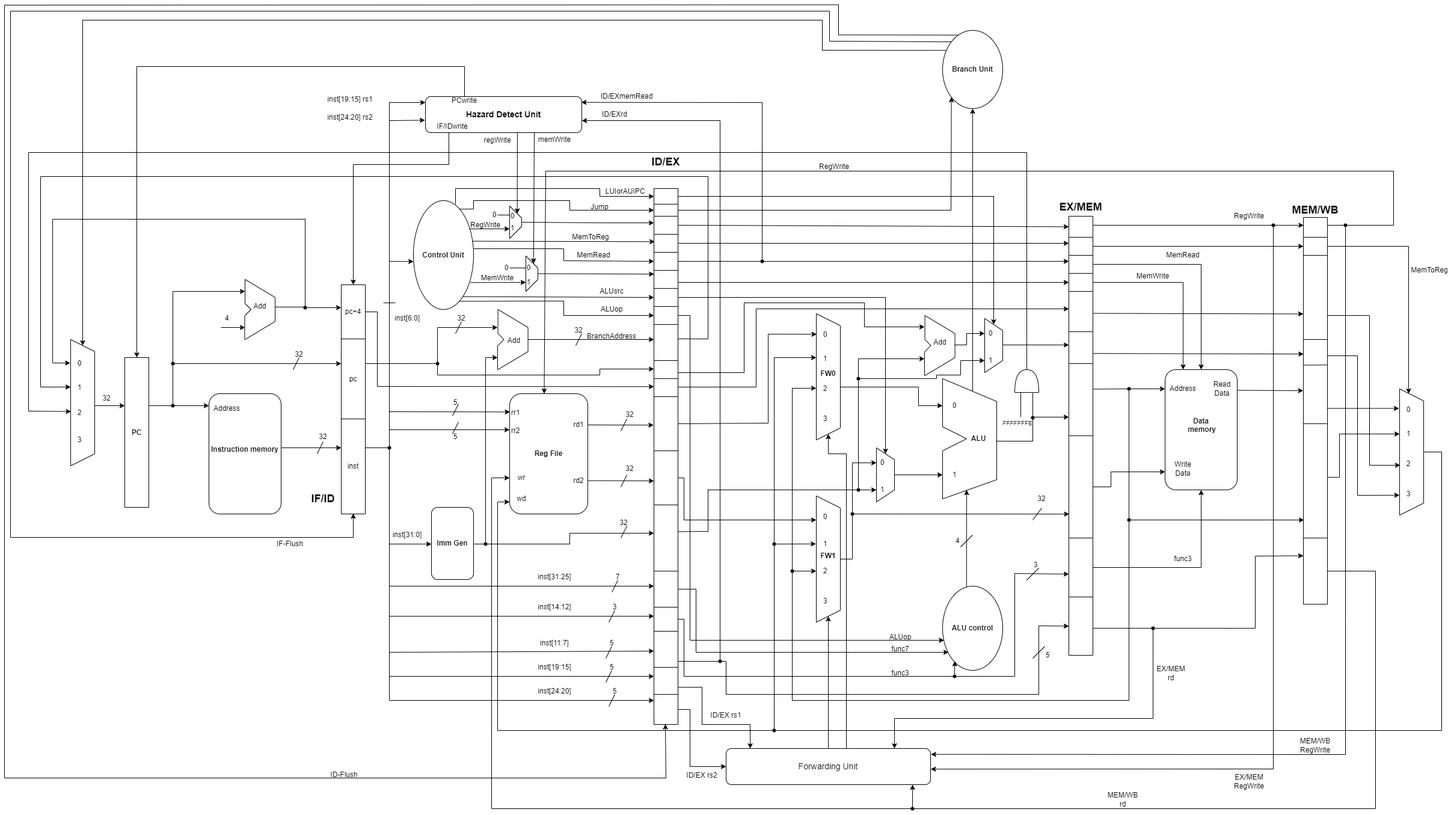
Earlier version of the draw.io export images/pipeline_datapath (1) (1) (1) (1).png (manolisgiannakis/RISC5_CPU). Source tidied: cells renumbered, new cells last; positions are measured from the earlier drawing's top-left corner, leaving out a move shared by most shapes.
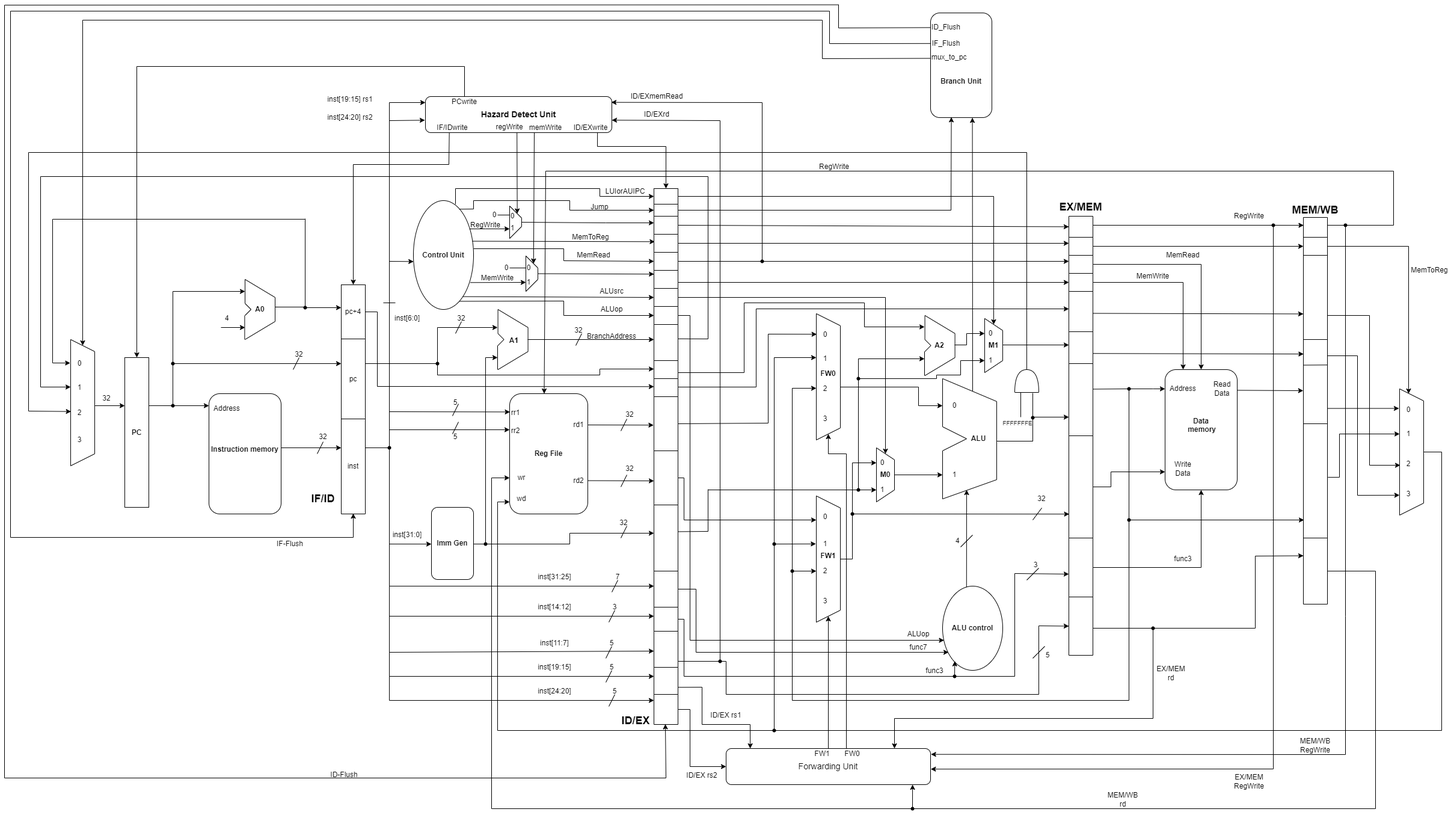
Later version of the same file.

Diff of the diagram source:
```diff
@@ -119,8 +119,8 @@
         <mxPoint x="450" y="487" as="targetPoint" />
       </mxGeometry>
     </mxCell>
-    <mxCell id="24" value="Add" style="text;html=1;strokeColor=none;fillColor=none;align=center;verticalAlign=middle;whiteSpace=wrap;rounded=0;" parent="1" vertex="1">
-      <mxGeometry x="410" y="487" width="30" height="30" as="geometry" />
+    <mxCell id="24" value="&lt;b&gt;A0&lt;/b&gt;" style="text;html=1;strokeColor=none;fillColor=none;align=center;verticalAlign=middle;whiteSpace=wrap;rounded=0;" parent="1" vertex="1">
+      <mxGeometry x="410" y="492" width="30" height="30" as="geometry" />
     </mxCell>
     <mxCell id="25" style="endArrow=classic;html=1;rounded=0;" parent="1" edge="1">
       <mxGeometry relative="1" as="geometry">
@@ -310,7 +310,7 @@
         <mxPoint x="870.6" y="537" as="targetPoint" />
       </mxGeometry>
     </mxCell>
-    <mxCell id="66" value="Add" style="text;html=1;strokeColor=none;fillColor=none;align=center;verticalAlign=middle;whiteSpace=wrap;rounded=0;" parent="1" vertex="1">
+    <mxCell id="66" value="&lt;b&gt;A1&lt;/b&gt;" style="text;html=1;strokeColor=none;fillColor=none;align=center;verticalAlign=middle;whiteSpace=wrap;rounded=0;" parent="1" vertex="1">
       <mxGeometry x="827.6" y="544" width="39.4" height="30" as="geometry" />
     </mxCell>
     <mxCell id="67" style="endArrow=classic;html=1;rounded=0;entryX=0;entryY=0.455;entryDx=0;entryDy=0;entryPerimeter=0;" parent="1" edge="1">
@@ -656,7 +656,7 @@
       <mxGeometry relative="1" as="geometry" />
     </mxCell>
     <mxCell id="148" value="&lt;b&gt;&lt;font style=&quot;font-size: 18px;&quot;&gt;ID/EX&lt;/font&gt;&lt;/b&gt;" style="text;html=1;strokeColor=none;fillColor=none;align=center;verticalAlign=middle;whiteSpace=wrap;rounded=0;" parent="1" vertex="1">
-      <mxGeometry x="1070" y="247" width="60" height="30" as="geometry" />
+      <mxGeometry x="1020" y="1176" width="60" height="30" as="geometry" />
     </mxCell>
     <mxCell id="149" style="shape=trapezoid;perimeter=trapezoidPerimeter;whiteSpace=wrap;html=1;fixedSize=1;direction=south;" parent="1" vertex="1">
       <mxGeometry x="1350" y="514" width="40" height="210" as="geometry" />
@@ -823,7 +823,7 @@
       </mxGeometry>
     </mxCell>
     <mxCell id="191" value="func7" style="text;html=1;strokeColor=none;fillColor=none;align=center;verticalAlign=middle;whiteSpace=wrap;rounded=0;" parent="1" vertex="1">
-      <mxGeometry x="1460" y="1057" width="60" height="30" as="geometry" />
+      <mxGeometry x="1490" y="1054" width="60" height="30" as="geometry" />
     </mxCell>
     <mxCell id="192" style="endArrow=classic;html=1;rounded=0;exitX=1;exitY=0.5;exitDx=0;exitDy=0;entryX=0.203;entryY=0.891;entryDx=0;entryDy=0;entryPerimeter=0;" parent="1" edge="1" source="139" target="188">
       <mxGeometry relative="1" as="geometry">
@@ -835,10 +835,10 @@
       </mxGeometry>
     </mxCell>
     <mxCell id="193" value="func3" style="text;html=1;strokeColor=none;fillColor=none;align=center;verticalAlign=middle;whiteSpace=wrap;rounded=0;" parent="1" vertex="1">
-      <mxGeometry x="1460" y="1097" width="60" height="30" as="geometry" />
+      <mxGeometry x="1517" y="1093" width="60" height="30" as="geometry" />
     </mxCell>
     <mxCell id="194" value="ALUop" style="text;html=1;strokeColor=none;fillColor=none;align=center;verticalAlign=middle;whiteSpace=wrap;rounded=0;" parent="1" vertex="1">
-      <mxGeometry x="1460" y="1037" width="60" height="30" as="geometry" />
+      <mxGeometry x="1490" y="1032" width="60" height="30" as="geometry" />
     </mxCell>
     <mxCell id="195" style="endArrow=classic;html=1;rounded=0;exitX=0.398;exitY=0.012;exitDx=0;exitDy=0;exitPerimeter=0;" parent="1" edge="1" source="188">
       <mxGeometry relative="1" as="geometry">
@@ -1356,7 +1356,7 @@
       </mxGeometry>
     </mxCell>
     <mxCell id="299" value="&lt;font style=&quot;font-size: 14px;&quot;&gt;&lt;b&gt;Hazard Detect Unit&lt;/b&gt;&lt;/font&gt;" style="rounded=1;whiteSpace=wrap;html=1;" parent="1" vertex="1">
-      <mxGeometry x="700" y="153" width="260" height="60" as="geometry" />
+      <mxGeometry x="700" y="153" width="310" height="60" as="geometry" />
     </mxCell>
     <mxCell id="300" style="shape=waypoint;sketch=0;size=6;points=[];fillColor=none;perimeter=centerPerimeter;snapToPoint=1;" parent="1" vertex="1">
       <mxGeometry x="1250" y="417" width="20" height="20" as="geometry" />
@@ -1402,21 +1402,20 @@
         <mxPoint x="1120" y="1092" as="sourcePoint" />
       </mxGeometry>
     </mxCell>
-    <mxCell id="310" style="endArrow=classic;html=1;rounded=0;exitX=0.955;exitY=0.88;exitDx=0;exitDy=0;exitPerimeter=0;" parent="1" edge="1" source="308">
+    <mxCell id="310" style="endArrow=classic;html=1;rounded=0;exitX=0.955;exitY=0.88;exitDx=0;exitDy=0;exitPerimeter=0;entryX=1;entryY=0.655;entryDx=0;entryDy=0;entryPerimeter=0;" parent="1" edge="1" source="308" target="299">
       <mxGeometry relative="1" as="geometry">
-        <mxPoint x="960" y="193" as="targetPoint" />
         <Array as="points">
           <mxPoint x="1190" y="193" />
         </Array>
       </mxGeometry>
     </mxCell>
     <mxCell id="311" value="ID/EXrd" style="text;html=1;strokeColor=none;fillColor=none;align=center;verticalAlign=middle;whiteSpace=wrap;rounded=0;" parent="1" vertex="1">
-      <mxGeometry x="985" y="163" width="60" height="40" as="geometry" />
+      <mxGeometry x="1055" y="163" width="60" height="40" as="geometry" />
     </mxCell>
     <mxCell id="312" value="ID/EXmemRead" style="text;html=1;strokeColor=none;fillColor=none;align=center;verticalAlign=middle;whiteSpace=wrap;rounded=0;" parent="1" vertex="1">
-      <mxGeometry x="980" y="143" width="110" height="20" as="geometry" />
+      <mxGeometry x="1030" y="143" width="110" height="20" as="geometry" />
     </mxCell>
-    <mxCell id="313" style="endArrow=classic;html=1;rounded=0;exitX=0.25;exitY=0;exitDx=0;exitDy=0;entryX=0.5;entryY=0;entryDx=0;entryDy=0;" parent="1" edge="1" source="299" target="4">
+    <mxCell id="313" style="endArrow=classic;html=1;rounded=0;entryX=0.5;entryY=0;entryDx=0;entryDy=0;exitX=0.5;exitY=0;exitDx=0;exitDy=0;" parent="1" edge="1" source="314" target="4">
       <mxGeometry relative="1" as="geometry">
         <Array as="points">
           <mxPoint x="765" y="103" />
@@ -1425,9 +1424,9 @@
       </mxGeometry>
     </mxCell>
     <mxCell id="314" value="PCwrite" style="text;html=1;strokeColor=none;fillColor=none;align=center;verticalAlign=middle;whiteSpace=wrap;rounded=0;" parent="1" vertex="1">
-      <mxGeometry x="710" y="146" width="110" height="27" as="geometry" />
+      <mxGeometry x="710" y="153" width="110" height="17" as="geometry" />
     </mxCell>
-    <mxCell id="315" style="endArrow=classic;html=1;rounded=0;exitX=0.15;exitY=0.994;exitDx=0;exitDy=0;exitPerimeter=0;" parent="1" edge="1" source="299">
+    <mxCell id="315" style="endArrow=classic;html=1;rounded=0;exitX=0.128;exitY=0.998;exitDx=0;exitDy=0;exitPerimeter=0;" parent="1" edge="1" source="299">
       <mxGeometry relative="1" as="geometry">
         <mxPoint x="580" y="466" as="targetPoint" />
         <Array as="points">
@@ -1437,7 +1436,7 @@
       </mxGeometry>
     </mxCell>
     <mxCell id="316" value="IF/IDwrite" style="text;html=1;strokeColor=none;fillColor=none;align=center;verticalAlign=middle;whiteSpace=wrap;rounded=0;rotation=0;direction=east;" parent="1" vertex="1">
-      <mxGeometry x="690" y="186" width="110" height="34" as="geometry" />
+      <mxGeometry x="690" y="196.2" width="110" height="16.5" as="geometry" />
     </mxCell>
     <mxCell id="317" style="shape=trapezoid;perimeter=trapezoidPerimeter;whiteSpace=wrap;html=1;fixedSize=1;direction=south;" parent="1" vertex="1">
       <mxGeometry x="840" y="335" width="20" height="54" as="geometry" />
@@ -1501,30 +1500,27 @@
         <mxPoint x="881" y="213" as="sourcePoint" />
       </mxGeometry>
     </mxCell>
-    <mxCell id="332" style="endArrow=classic;html=1;rounded=0;entryX=0;entryY=0.25;entryDx=0;entryDy=0;exitX=0.588;exitY=0.992;exitDx=0;exitDy=0;exitPerimeter=0;" parent="1" edge="1" source="299" target="317">
+    <mxCell id="332" style="endArrow=classic;html=1;rounded=0;entryX=0;entryY=0.25;entryDx=0;entryDy=0;exitX=0.491;exitY=0.997;exitDx=0;exitDy=0;exitPerimeter=0;" parent="1" edge="1" source="299" target="317">
       <mxGeometry relative="1" as="geometry" />
     </mxCell>
-    <mxCell id="333" value="&lt;b&gt;Branch Unit&lt;/b&gt;" style="ellipse;whiteSpace=wrap;html=1;" parent="1" vertex="1">
-      <mxGeometry x="1560" y="43" width="100" height="130" as="geometry" />
-    </mxCell>
-    <mxCell id="334" style="endArrow=classic;html=1;rounded=0;entryX=0.5;entryY=1;entryDx=0;entryDy=0;" parent="1" edge="1" target="333">
+    <mxCell id="334" style="endArrow=classic;html=1;rounded=0;entryX=1.001;entryY=0.318;entryDx=0;entryDy=0;entryPerimeter=0;" parent="1" edge="1" target="411">
       <mxGeometry relative="1" as="geometry">
         <mxPoint x="1610" y="643" as="sourcePoint" />
       </mxGeometry>
     </mxCell>
-    <mxCell id="335" style="endArrow=classic;html=1;rounded=0;exitX=0.055;exitY=0.256;exitDx=0;exitDy=0;exitPerimeter=0;entryX=0;entryY=0.5;entryDx=0;entryDy=0;" parent="1" edge="1" source="333" target="365">
+    <mxCell id="335" style="endArrow=classic;html=1;rounded=0;entryX=0;entryY=0.5;entryDx=0;entryDy=0;exitX=0.434;exitY=1.002;exitDx=0;exitDy=0;exitPerimeter=0;" parent="1" edge="1" source="411" target="365">
       <mxGeometry relative="1" as="geometry">
         <Array as="points">
-          <mxPoint x="1360" y="76" />
+          <mxPoint x="1360" y="90" />
           <mxPoint x="1360" y="26" />
           <mxPoint x="130" y="26" />
         </Array>
       </mxGeometry>
     </mxCell>
-    <mxCell id="336" style="endArrow=classic;html=1;rounded=0;exitX=0;exitY=0;exitDx=0;exitDy=0;entryX=0.5;entryY=0.995;entryDx=0;entryDy=0;entryPerimeter=0;" parent="1" edge="1" source="333" target="30">
+    <mxCell id="336" style="endArrow=classic;html=1;rounded=0;entryX=0.5;entryY=0.995;entryDx=0;entryDy=0;entryPerimeter=0;exitX=0.292;exitY=0.99;exitDx=0;exitDy=0;exitPerimeter=0;" parent="1" edge="1" source="411" target="30">
       <mxGeometry relative="1" as="geometry">
         <Array as="points">
-          <mxPoint x="1372" y="61" />
+          <mxPoint x="1372" y="65" />
           <mxPoint x="1372" y="11" />
           <mxPoint x="10" y="11" />
           <mxPoint x="10" y="886" />
@@ -1535,10 +1531,10 @@
     <mxCell id="337" value="IF-Flush" style="text;html=1;strokeColor=none;fillColor=none;align=center;verticalAlign=middle;whiteSpace=wrap;rounded=0;" parent="1" vertex="1">
       <mxGeometry x="410" y="882" width="130" height="30" as="geometry" />
     </mxCell>
-    <mxCell id="338" style="endArrow=classic;html=1;rounded=0;exitX=0.26;exitY=0.06;exitDx=0;exitDy=0;exitPerimeter=0;entryX=0.475;entryY=0.99;entryDx=0;entryDy=0;entryPerimeter=0;" parent="1" edge="1" source="333" target="145">
+    <mxCell id="338" style="endArrow=classic;html=1;rounded=0;entryX=0.475;entryY=0.99;entryDx=0;entryDy=0;entryPerimeter=0;exitX=0.14;exitY=0.996;exitDx=0;exitDy=0;exitPerimeter=0;" parent="1" edge="1" source="411" target="145">
       <mxGeometry relative="1" as="geometry">
         <Array as="points">
-          <mxPoint x="1387" y="50.5" />
+          <mxPoint x="1387" y="39" />
           <mxPoint x="1387" y="0.5" />
           <mxPoint y="1" />
           <mxPoint y="1286" />
@@ -1597,7 +1593,7 @@
     <mxCell id="350" value="Jump" style="text;html=1;strokeColor=none;fillColor=none;align=center;verticalAlign=middle;whiteSpace=wrap;rounded=0;" parent="1" vertex="1">
       <mxGeometry x="960" y="322" width="60" height="30" as="geometry" />
     </mxCell>
-    <mxCell id="351" style="endArrow=classic;html=1;rounded=0;exitX=1;exitY=0.5;exitDx=0;exitDy=0;entryX=0;entryY=1;entryDx=0;entryDy=0;exitPerimeter=0;" parent="1" edge="1" source="348" target="333">
+    <mxCell id="351" style="endArrow=classic;html=1;rounded=0;exitX=1;exitY=0.5;exitDx=0;exitDy=0;exitPerimeter=0;entryX=0.996;entryY=0.661;entryDx=0;entryDy=0;entryPerimeter=0;" parent="1" edge="1" source="348" target="411">
       <mxGeometry relative="1" as="geometry">
         <Array as="points">
           <mxPoint x="1574" y="342" />
@@ -1751,8 +1747,8 @@
         <mxPoint x="1580.6" y="547" as="targetPoint" />
       </mxGeometry>
     </mxCell>
-    <mxCell id="381" value="Add" style="text;html=1;strokeColor=none;fillColor=none;align=center;verticalAlign=middle;whiteSpace=wrap;rounded=0;" parent="1" vertex="1">
-      <mxGeometry x="1540.6" y="547" width="30" height="30" as="geometry" />
+    <mxCell id="381" value="&lt;b&gt;A2&lt;/b&gt;" style="text;html=1;strokeColor=none;fillColor=none;align=center;verticalAlign=middle;whiteSpace=wrap;rounded=0;" parent="1" vertex="1">
+      <mxGeometry x="1540" y="552" width="30" height="30" as="geometry" />
     </mxCell>
     <mxCell id="382" style="endArrow=classic;html=1;rounded=0;" parent="1" edge="1">
       <mxGeometry relative="1" as="geometry">
@@ -1798,8 +1794,9 @@
     <mxCell id="389" style="shape=waypoint;sketch=0;size=6;points=[];fillColor=none;perimeter=centerPerimeter;snapToPoint=1;" parent="1" vertex="1">
       <mxGeometry x="1700" y="677" width="20" height="20" as="geometry" />
     </mxCell>
-    <mxCell id="390" style="endArrow=none;html=1;rounded=0;exitX=0.985;exitY=0.633;exitDx=0;exitDy=0;exitPerimeter=0;" parent="1" edge="1" source="15">
+    <mxCell id="390" style="endArrow=none;html=1;rounded=0;" parent="1" edge="1">
       <mxGeometry relative="1" as="geometry">
+        <mxPoint x="1650" y="726" as="sourcePoint" />
         <mxPoint x="1710" y="726" as="targetPoint" />
       </mxGeometry>
     </mxCell>
@@ -1874,10 +1871,10 @@
       <mxGeometry x="710" y="836" width="70" height="120" as="geometry" />
     </mxCell>
     <mxCell id="403" value="regWrite" style="text;html=1;strokeColor=none;fillColor=none;align=center;verticalAlign=middle;whiteSpace=wrap;rounded=0;" parent="1" vertex="1">
-      <mxGeometry x="800" y="213" width="40" height="25" as="geometry" />
+      <mxGeometry x="820" y="191.5" width="40" height="25" as="geometry" />
     </mxCell>
     <mxCell id="404" value="memWrite" style="text;html=1;strokeColor=none;fillColor=none;align=center;verticalAlign=middle;whiteSpace=wrap;rounded=0;" parent="1" vertex="1">
-      <mxGeometry x="885" y="213" width="60" height="24" as="geometry" />
+      <mxGeometry x="870" y="192.5" width="60" height="24" as="geometry" />
     </mxCell>
     <mxCell id="405" style="endArrow=none;html=1;rounded=0;" parent="1" edge="1" target="406">
       <mxGeometry relative="1" as="geometry">
@@ -1887,5 +1884,43 @@
     <mxCell id="406" style="shape=waypoint;sketch=0;size=6;points=[];fillColor=none;perimeter=centerPerimeter;snapToPoint=1;" parent="1" vertex="1">
       <mxGeometry x="630" y="727" width="20" height="20" as="geometry" />
     </mxCell>
+    <mxCell id="407" style="endArrow=classic;html=1;rounded=0;entryX=0.5;entryY=0;entryDx=0;entryDy=0;exitX=0.923;exitY=1.004;exitDx=0;exitDy=0;exitPerimeter=0;" parent="1" edge="1" source="299" target="398">
+      <mxGeometry relative="1" as="geometry">
+        <Array as="points">
+          <mxPoint x="986" y="236" />
+          <mxPoint x="1100" y="236" />
+        </Array>
+      </mxGeometry>
+    </mxCell>
+    <mxCell id="408" value="ID/EXwrite" style="text;html=1;strokeColor=none;fillColor=none;align=center;verticalAlign=middle;whiteSpace=wrap;rounded=0;rotation=0;" parent="1" vertex="1">
+      <mxGeometry x="920" y="194.2" width="110" height="20.5" as="geometry" />
+    </mxCell>
+    <mxCell id="409" value="&lt;b&gt;M0&lt;/b&gt;" style="text;html=1;strokeColor=none;fillColor=none;align=center;verticalAlign=middle;whiteSpace=wrap;rounded=0;" parent="1" vertex="1">
+      <mxGeometry x="1435" y="767" width="60" height="30" as="geometry" />
+    </mxCell>
+    <mxCell id="410" value="&lt;b&gt;M1&lt;/b&gt;" style="text;html=1;strokeColor=none;fillColor=none;align=center;verticalAlign=middle;whiteSpace=wrap;rounded=0;" parent="1" vertex="1">
+      <mxGeometry x="1615" y="552" width="60" height="30" as="geometry" />
+    </mxCell>
+    <mxCell id="411" style="rounded=1;whiteSpace=wrap;html=1;direction=south;" parent="1" vertex="1">
+      <mxGeometry x="1540" y="14" width="102" height="174" as="geometry" />
+    </mxCell>
+    <mxCell id="412" value="ID_Flush" style="text;html=1;align=center;verticalAlign=middle;whiteSpace=wrap;rounded=0;" parent="1" vertex="1">
+      <mxGeometry x="1550" y="31" width="32" height="14" as="geometry" />
+    </mxCell>
+    <mxCell id="413" value="IF_Flush" style="text;html=1;align=center;verticalAlign=middle;whiteSpace=wrap;rounded=0;" parent="1" vertex="1">
+      <mxGeometry x="1550" y="58" width="32" height="14" as="geometry" />
+    </mxCell>
+    <mxCell id="414" value="mux_to_pc" style="text;html=1;align=center;verticalAlign=middle;whiteSpace=wrap;rounded=0;" parent="1" vertex="1">
+      <mxGeometry x="1555" y="81" width="32" height="14" as="geometry" />
+    </mxCell>
+    <mxCell id="333" value="&lt;b&gt;Branch Unit&lt;/b&gt;" style="text;html=1;align=center;verticalAlign=middle;whiteSpace=wrap;rounded=0;" parent="1" vertex="1">
+      <mxGeometry x="1555" y="113" width="72" height="30" as="geometry" />
+    </mxCell>
+    <mxCell id="415" value="FW1" style="text;html=1;strokeColor=none;fillColor=none;align=center;verticalAlign=middle;whiteSpace=wrap;rounded=0;" parent="1" vertex="1">
+      <mxGeometry x="1330" y="1231" width="60" height="30" as="geometry" />
+    </mxCell>
+    <mxCell id="416" value="FW0" style="text;html=1;strokeColor=none;fillColor=none;align=center;verticalAlign=middle;whiteSpace=wrap;rounded=0;" parent="1" vertex="1">
+      <mxGeometry x="1380" y="1231" width="60" height="30" as="geometry" />
+    </mxCell>
   </root>
 </mxGraphModel>
```
